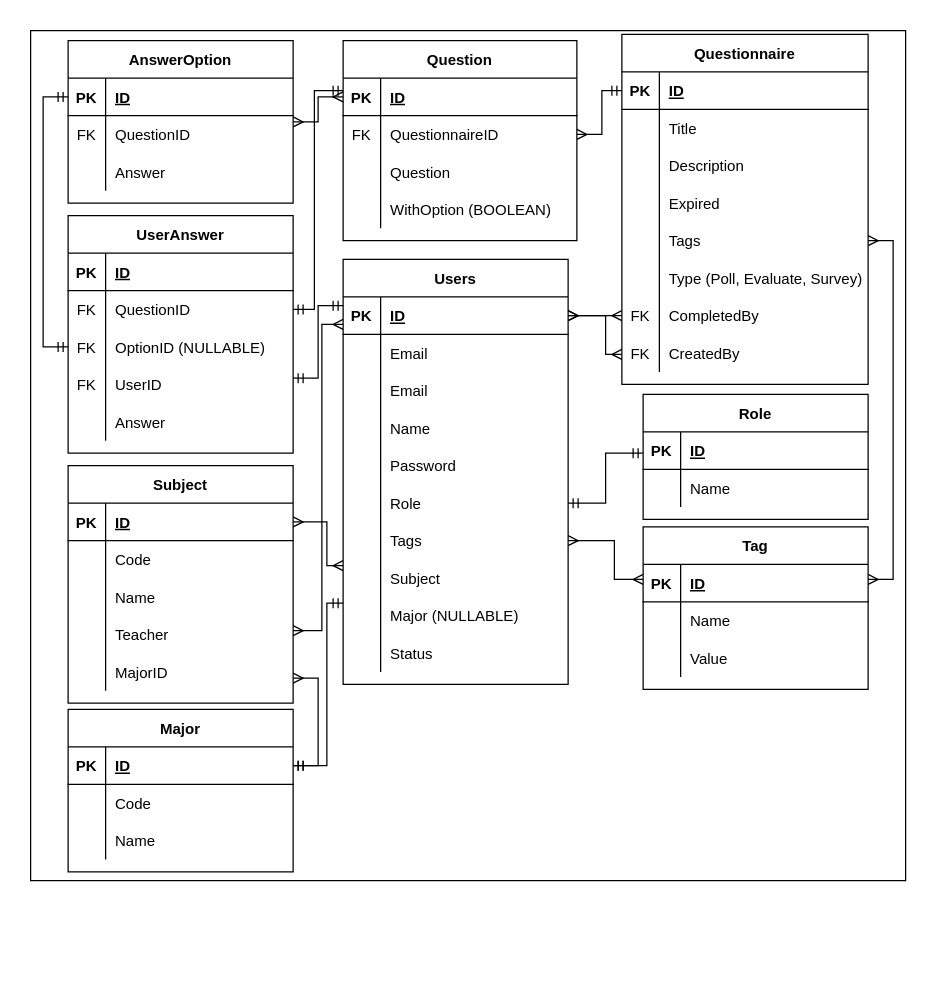
Earlier version of the draw.io diagram docs/system-requirements/question-board.drawio (syarifs/go-question-board). Source tidied: cells renumbered, new cells numbered last; positions are measured from the earlier drawing's top-left corner, leaving out a move shared by most shapes. Both pictures are drawn from the tidied source at 125%, with x=0, y=0 at pixel (30, 30).
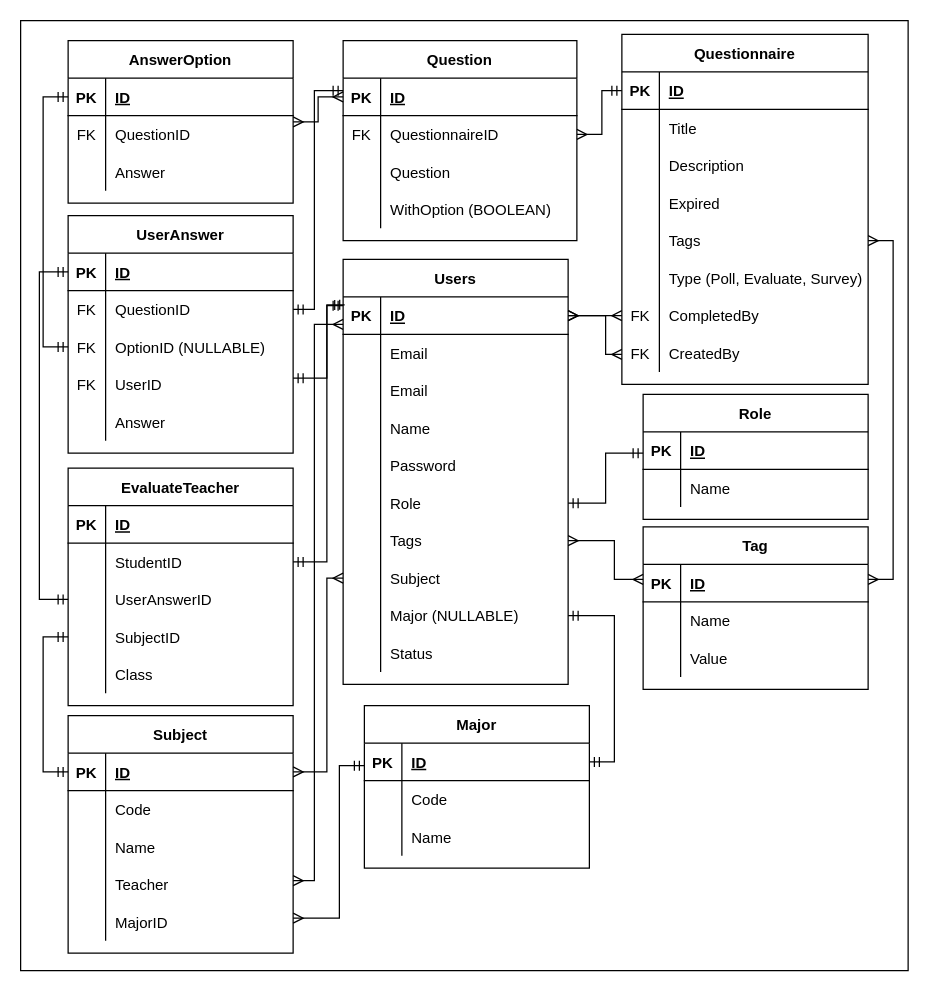
After the change.

Unchanged cells that the change refers to:
```xml
<mxCell id="4" style="shape=tableRow;horizontal=0;startSize=0;swimlaneHead=0;swimlaneBody=0;fillColor=none;points=[[0,0.5],[1,0.5]];portConstraint=eastwest;top=0;left=0;right=0;bottom=1;" parent="3" vertex="1">
  <mxGeometry y="30" width="180" height="30" as="geometry" />
</mxCell>
<mxCell id="25" style="shape=tableRow;horizontal=0;startSize=0;swimlaneHead=0;swimlaneBody=0;fillColor=none;points=[[0,0.5],[1,0.5]];portConstraint=eastwest;top=0;left=0;right=0;bottom=0;" parent="3" vertex="1">
  <mxGeometry y="240" width="180" height="30" as="geometry" />
</mxCell>
<mxCell id="28" style="shape=tableRow;horizontal=0;startSize=0;swimlaneHead=0;swimlaneBody=0;fillColor=none;points=[[0,0.5],[1,0.5]];portConstraint=eastwest;top=0;left=0;right=0;bottom=0;" parent="3" vertex="1">
  <mxGeometry y="270" width="180" height="30" as="geometry" />
</mxCell>
<mxCell id="35" style="shape=tableRow;horizontal=0;startSize=0;swimlaneHead=0;swimlaneBody=0;fillColor=none;points=[[0,0.5],[1,0.5]];portConstraint=eastwest;top=0;left=0;right=0;bottom=1;" parent="34" vertex="1">
  <mxGeometry y="30" width="180" height="30" as="geometry" />
</mxCell>
<mxCell id="44" style="shape=tableRow;horizontal=0;startSize=0;swimlaneHead=0;swimlaneBody=0;fillColor=none;points=[[0,0.5],[1,0.5]];portConstraint=eastwest;top=0;left=0;right=0;bottom=0;" parent="34" vertex="1">
  <mxGeometry y="120" width="180" height="30" as="geometry" />
</mxCell>
<mxCell id="47" style="shape=tableRow;horizontal=0;startSize=0;swimlaneHead=0;swimlaneBody=0;fillColor=none;points=[[0,0.5],[1,0.5]];portConstraint=eastwest;top=0;left=0;right=0;bottom=0;" parent="34" vertex="1">
  <mxGeometry y="150" width="180" height="30" as="geometry" />
</mxCell>
<mxCell id="69" style="shape=tableRow;horizontal=0;startSize=0;swimlaneHead=0;swimlaneBody=0;fillColor=none;points=[[0,0.5],[1,0.5]];portConstraint=eastwest;top=0;left=0;right=0;bottom=1;" parent="68" vertex="1">
  <mxGeometry y="30" width="180" height="30" as="geometry" />
</mxCell>
<mxCell id="135" style="shape=tableRow;horizontal=0;startSize=0;swimlaneHead=0;swimlaneBody=0;fillColor=none;points=[[0,0.5],[1,0.5]];portConstraint=eastwest;top=0;left=0;right=0;bottom=1;" parent="134" vertex="1">
  <mxGeometry y="30" width="180" height="30" as="geometry" />
</mxCell>
<mxCell id="144" style="shape=tableRow;horizontal=0;startSize=0;swimlaneHead=0;swimlaneBody=0;fillColor=none;points=[[0,0.5],[1,0.5]];portConstraint=eastwest;top=0;left=0;right=0;bottom=0;" parent="134" vertex="1">
  <mxGeometry y="120" width="180" height="30" as="geometry" />
</mxCell>
```

Change to the diagram source:
```diff
@@
-    <mxCell id="2" style="rounded=0;whiteSpace=wrap;html=1;" parent="1" vertex="1">
-      <mxGeometry width="700" height="680" as="geometry" />
-    </mxCell>
+    <mxCell id="155" style="rounded=0;whiteSpace=wrap;html=1;" parent="1" vertex="1">
+      <mxGeometry x="-8" y="-8" width="710" height="760" as="geometry" />
+    </mxCell>
@@
     <mxCell id="34" value="Subject" style="shape=table;startSize=30;childLayout=tableLayout;rowLines=0;fontStyle=1;align=center;" parent="1" vertex="1">
-      <mxGeometry x="30" y="348" width="180" height="190" as="geometry" />
+      <mxGeometry x="30" y="548" width="180" height="190" as="geometry" />
     </mxCell>
@@
     <mxCell id="68" value="Major" style="shape=table;startSize=30;childLayout=tableLayout;rowLines=0;fontStyle=1;align=center;" parent="1" vertex="1">
-      <mxGeometry x="30" y="543" width="180" height="130" as="geometry" />
+      <mxGeometry x="267" y="540" width="180" height="130" as="geometry" />
     </mxCell>
@@
-    <mxCell id="79" style="edgeStyle=orthogonalEdgeStyle;rounded=0;jettySize=auto;html=1;startArrow=ERmany;startFill=0;endArrow=ERmany;endFill=0;" parent="1" edge="1" target="35">
+    <mxCell id="79" style="edgeStyle=orthogonalEdgeStyle;rounded=0;jettySize=auto;html=1;startArrow=ERmany;startFill=0;endArrow=ERmany;endFill=0;" parent="1" edge="1" source="25" target="35">
       <mxGeometry relative="1" as="geometry">
-        <mxPoint x="250" y="428" as="sourcePoint" />
         <Array as="points">
-          <mxPoint x="237" y="428" />
-          <mxPoint x="237" y="393" />
+          <mxPoint x="237" y="438" />
+          <mxPoint x="237" y="593" />
         </Array>
       </mxGeometry>
     </mxCell>
-    <mxCell id="80" style="edgeStyle=orthogonalEdgeStyle;rounded=0;jettySize=auto;html=1;startArrow=ERmandOne;startFill=0;endArrow=ERmandOne;endFill=0;" parent="1" edge="1" target="69">
+    <mxCell id="80" style="edgeStyle=orthogonalEdgeStyle;rounded=0;jettySize=auto;html=1;startArrow=ERmandOne;startFill=0;endArrow=ERmandOne;endFill=0;exitX=1;exitY=0.5;exitDx=0;exitDy=0;" parent="1" edge="1" source="28" target="69">
       <mxGeometry relative="1" as="geometry">
-        <mxPoint x="250" y="458" as="sourcePoint" />
         <Array as="points">
-          <mxPoint x="237" y="458" />
-          <mxPoint x="237" y="588" />
+          <mxPoint x="467" y="468" />
+          <mxPoint x="467" y="585" />
         </Array>
       </mxGeometry>
     </mxCell>
@@
     <mxCell id="150" style="edgeStyle=orthogonalEdgeStyle;rounded=0;jettySize=auto;html=1;startArrow=ERmandOne;startFill=0;endArrow=ERmandOne;endFill=0;" parent="1" edge="1" source="144" target="4">
       <mxGeometry relative="1" as="geometry">
         <Array as="points">
-          <mxPoint x="230" y="278" />
-          <mxPoint x="230" y="220" />
+          <mxPoint x="237" y="278" />
+          <mxPoint x="237" y="220" />
         </Array>
       </mxGeometry>
     </mxCell>
@@
     <mxCell id="153" style="edgeStyle=orthogonalEdgeStyle;rounded=0;jettySize=auto;html=1;startArrow=ERmany;startFill=0;endArrow=ERmandOne;endFill=0;" parent="1" edge="1" source="47" target="69">
       <mxGeometry relative="1" as="geometry">
         <Array as="points">
-          <mxPoint x="230" y="518" />
-          <mxPoint x="230" y="588" />
+          <mxPoint x="247" y="710" />
+          <mxPoint x="247" y="588" />
         </Array>
       </mxGeometry>
     </mxCell>
     <mxCell id="154" style="edgeStyle=orthogonalEdgeStyle;rounded=0;jettySize=auto;html=1;endArrow=ERmany;endFill=0;startArrow=ERmany;startFill=0;" parent="1" edge="1" source="44" target="4">
       <mxGeometry relative="1" as="geometry">
         <Array as="points">
-          <mxPoint x="233" y="480" />
-          <mxPoint x="233" y="235" />
+          <mxPoint x="227" y="680" />
+          <mxPoint x="227" y="235" />
         </Array>
       </mxGeometry>
     </mxCell>
+    <mxCell id="156" value="EvaluateTeacher" style="shape=table;startSize=30;childLayout=tableLayout;rowLines=0;fontStyle=1;align=center;" parent="1" vertex="1">
+      <mxGeometry x="30" y="350" width="180" height="190" as="geometry" />
+    </mxCell>
+    <mxCell id="157" style="shape=tableRow;horizontal=0;startSize=0;swimlaneHead=0;swimlaneBody=0;fillColor=none;top=0;left=0;right=0;bottom=1;" parent="156" vertex="1">
+      <mxGeometry y="30" width="180" height="30" as="geometry" />
+    </mxCell>
+    <mxCell id="158" value="PK" style="shape=partialRectangle;fillColor=none;top=0;left=0;bottom=0;right=0;fontStyle=1;overflow=hidden;" parent="157" vertex="1">
+      <mxGeometry width="30" height="30" as="geometry" />
+    </mxCell>
+    <mxCell id="159" value="ID" style="shape=partialRectangle;fillColor=none;top=0;left=0;bottom=0;right=0;align=left;spacingLeft=6;fontStyle=5;overflow=hidden;" parent="157" vertex="1">
+      <mxGeometry x="30" width="150" height="30" as="geometry" />
+    </mxCell>
+    <mxCell id="160" style="shape=tableRow;horizontal=0;startSize=0;swimlaneHead=0;swimlaneBody=0;fillColor=none;points=[[0,0.5],[1,0.5]];portConstraint=eastwest;top=0;left=0;right=0;bottom=0;" parent="156" vertex="1">
+      <mxGeometry y="60" width="180" height="30" as="geometry" />
+    </mxCell>
+    <mxCell id="161" style="shape=partialRectangle;fillColor=none;top=0;left=0;bottom=0;right=0;overflow=hidden;" parent="160" vertex="1">
+      <mxGeometry width="30" height="30" as="geometry" />
+    </mxCell>
+    <mxCell id="162" value="StudentID" style="shape=partialRectangle;fillColor=none;top=0;left=0;bottom=0;right=0;align=left;spacingLeft=6;overflow=hidden;" parent="160" vertex="1">
+      <mxGeometry x="30" width="150" height="30" as="geometry" />
+    </mxCell>
+    <mxCell id="163" style="shape=tableRow;horizontal=0;startSize=0;swimlaneHead=0;swimlaneBody=0;fillColor=none;points=[[0,0.5],[1,0.5]];portConstraint=eastwest;top=0;left=0;right=0;bottom=0;" parent="156" vertex="1">
+      <mxGeometry y="90" width="180" height="30" as="geometry" />
+    </mxCell>
+    <mxCell id="164" style="shape=partialRectangle;fillColor=none;top=0;left=0;bottom=0;right=0;overflow=hidden;" parent="163" vertex="1">
+      <mxGeometry width="30" height="30" as="geometry" />
+    </mxCell>
+    <mxCell id="165" value="UserAnswerID" style="shape=partialRectangle;fillColor=none;top=0;left=0;bottom=0;right=0;align=left;spacingLeft=6;overflow=hidden;" parent="163" vertex="1">
+      <mxGeometry x="30" width="150" height="30" as="geometry" />
+    </mxCell>
+    <mxCell id="166" style="shape=tableRow;horizontal=0;startSize=0;swimlaneHead=0;swimlaneBody=0;fillColor=none;points=[[0,0.5],[1,0.5]];portConstraint=eastwest;top=0;left=0;right=0;bottom=0;" parent="156" vertex="1">
+      <mxGeometry y="120" width="180" height="30" as="geometry" />
+    </mxCell>
+    <mxCell id="167" style="shape=partialRectangle;fillColor=none;top=0;left=0;bottom=0;right=0;overflow=hidden;" parent="166" vertex="1">
+      <mxGeometry width="30" height="30" as="geometry" />
+    </mxCell>
+    <mxCell id="168" value="SubjectID" style="shape=partialRectangle;fillColor=none;top=0;left=0;bottom=0;right=0;align=left;spacingLeft=6;overflow=hidden;" parent="166" vertex="1">
+      <mxGeometry x="30" width="150" height="30" as="geometry" />
+    </mxCell>
+    <mxCell id="169" style="shape=tableRow;horizontal=0;startSize=0;swimlaneHead=0;swimlaneBody=0;fillColor=none;top=0;left=0;right=0;bottom=0;" parent="156" vertex="1">
+      <mxGeometry y="150" width="180" height="30" as="geometry" />
+    </mxCell>
+    <mxCell id="170" style="shape=partialRectangle;fillColor=none;top=0;left=0;bottom=0;right=0;overflow=hidden;" parent="169" vertex="1">
+      <mxGeometry width="30" height="30" as="geometry" />
+    </mxCell>
+    <mxCell id="171" value="Class" style="shape=partialRectangle;fillColor=none;top=0;left=0;bottom=0;right=0;align=left;spacingLeft=6;overflow=hidden;" parent="169" vertex="1">
+      <mxGeometry x="30" width="150" height="30" as="geometry" />
+    </mxCell>
+    <mxCell id="172" style="edgeStyle=orthogonalEdgeStyle;rounded=0;jettySize=auto;html=1;endArrow=ERmandOne;endFill=0;startArrow=ERmandOne;startFill=0;entryX=0.007;entryY=0.213;entryDx=0;entryDy=0;entryPerimeter=0;" parent="1" edge="1" source="160" target="4">
+      <mxGeometry relative="1" as="geometry">
+        <Array as="points">
+          <mxPoint x="237" y="425" />
+          <mxPoint x="237" y="219" />
+        </Array>
+      </mxGeometry>
+    </mxCell>
+    <mxCell id="173" style="edgeStyle=orthogonalEdgeStyle;rounded=0;jettySize=auto;html=1;entryX=0;entryY=0.5;entryDx=0;entryDy=0;startArrow=ERmandOne;startFill=0;endArrow=ERmandOne;endFill=0;" parent="1" edge="1" source="163" target="135">
+      <mxGeometry relative="1" as="geometry">
+        <Array as="points">
+          <mxPoint x="7" y="455" />
+          <mxPoint x="7" y="193" />
+        </Array>
+      </mxGeometry>
+    </mxCell>
+    <mxCell id="174" style="edgeStyle=orthogonalEdgeStyle;rounded=0;jettySize=auto;html=1;entryX=0;entryY=0.5;entryDx=0;entryDy=0;startArrow=ERmandOne;startFill=0;endArrow=ERmandOne;endFill=0;" parent="1" edge="1" source="166" target="35">
+      <mxGeometry relative="1" as="geometry" />
+    </mxCell>
```
